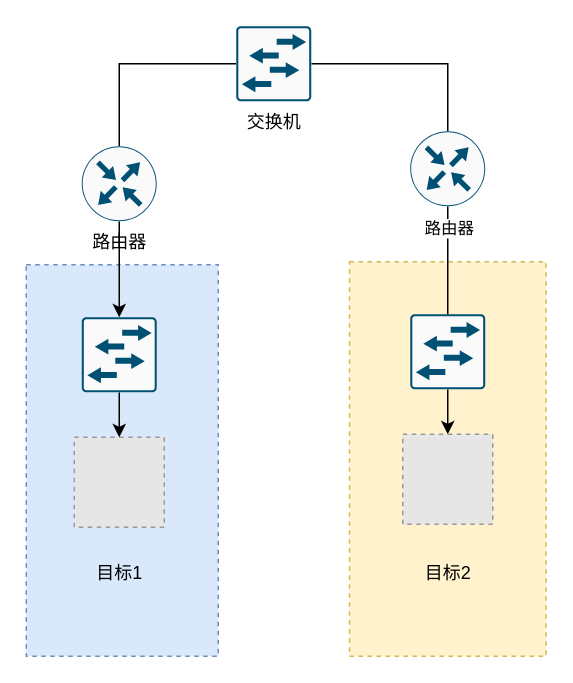
Niujieheng/GitHub_Jul keeps this draw.io diagram as 测试图.drawio. Above is the earlier version. Source tidied: cells renumbered, new cells numbered last; positions are measured from the earlier drawing's top-left corner, leaving out a move shared by most shapes. Both pictures are drawn from the tidied source at 150%, with x=0, y=0 at pixel (26, 26). Pictures stored in the file or linked from it are replaced by grey dashed boxes.
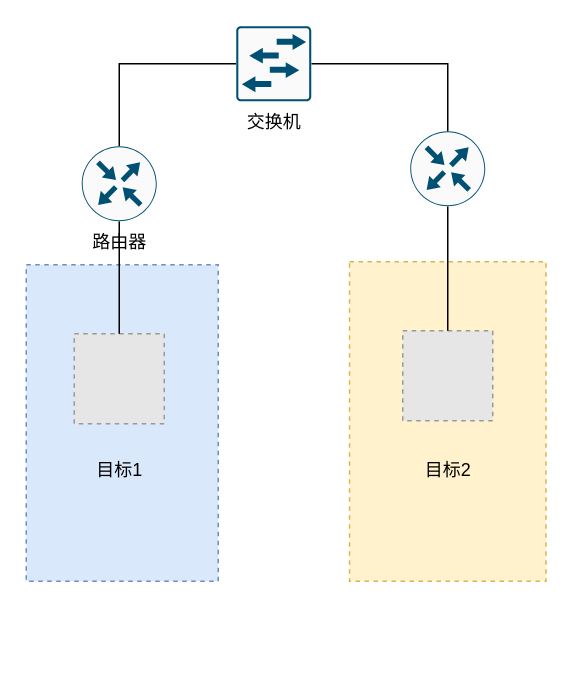
The same diagram, later.

Commit message (it also covers changes not shown here):
更新测试图.drawio

The change refers to these unchanged cells:
```xml
<mxCell id="11" value="路由器" style="points=[[0.5,0,0],[1,0.5,0],[0.5,1,0],[0,0.5,0],[0.145,0.145,0],[0.8555,0.145,0],[0.855,0.8555,0],[0.145,0.855,0]];verticalLabelPosition=bottom;html=1;verticalAlign=top;align=center;shape=mxgraph.cisco19.rect;prIcon=router;fillColor=#FAFAFA;strokeColor=#005073;" parent="1" vertex="1">
  <mxGeometry x="37" y="80" width="50" height="50" as="geometry" />
</mxCell>
<mxCell id="15" style="points=[[0.5,0,0],[1,0.5,0],[0.5,1,0],[0,0.5,0],[0.145,0.145,0],[0.8555,0.145,0],[0.855,0.8555,0],[0.145,0.855,0]];verticalLabelPosition=bottom;html=1;verticalAlign=top;align=center;shape=mxgraph.cisco19.rect;prIcon=router;fillColor=#FAFAFA;strokeColor=#005073;" parent="1" vertex="1">
  <mxGeometry x="256" y="70" width="50" height="50" as="geometry" />
</mxCell>
```

The edit, as a diff of the source:
```diff
@@
     <mxCell id="2" style="rounded=0;whiteSpace=wrap;html=1;dashed=1;fillColor=#fff2cc;strokeColor=#d6b656;" parent="1" vertex="1">
-      <mxGeometry x="215.5" y="157" width="131" height="263" as="geometry" />
+      <mxGeometry x="215.5" y="157" width="131" height="213" as="geometry" />
     </mxCell>
     <mxCell id="3" style="rounded=0;whiteSpace=wrap;html=1;dashed=1;fillColor=#dae8fc;strokeColor=#6c8ebf;" parent="1" vertex="1">
-      <mxGeometry y="159" width="128" height="261" as="geometry" />
+      <mxGeometry y="159" width="128" height="211" as="geometry" />
     </mxCell>
     <mxCell id="4" style="fillColor=#E6E6E6;strokeColor=#999999;dashed=1;html=1;verticalAlign=top;verticalLabelPosition=bottom;labelBackgroundColor=#ffffff;" parent="1" vertex="1">
-      <mxGeometry x="32" y="274" width="60" height="60" as="geometry" />
+      <mxGeometry x="32" y="205" width="60" height="60" as="geometry" />
     </mxCell>
-    <mxCell id="5" style="edgeStyle=orthogonalEdgeStyle;rounded=0;jettySize=auto;html=1;exitX=0.5;exitY=1;exitDx=0;exitDy=0;exitPerimeter=0;" parent="1" edge="1" source="6" target="4">
-      <mxGeometry relative="1" as="geometry" />
-    </mxCell>
-    <mxCell id="6" style="points=[[0.015,0.015,0],[0.985,0.015,0],[0.985,0.985,0],[0.015,0.985,0],[0.25,0,0],[0.5,0,0],[0.75,0,0],[1,0.25,0],[1,0.5,0],[1,0.75,0],[0.75,1,0],[0.5,1,0],[0.25,1,0],[0,0.75,0],[0,0.5,0],[0,0.25,0]];verticalLabelPosition=bottom;html=1;verticalAlign=top;align=center;shape=mxgraph.cisco19.rect;prIcon=l2_switch;fillColor=#FAFAFA;strokeColor=#005073;" parent="1" vertex="1">
-      <mxGeometry x="37" y="194" width="50" height="50" as="geometry" />
-    </mxCell>
-    <mxCell id="7" style="edgeStyle=orthogonalEdgeStyle;rounded=0;jettySize=auto;html=1;exitX=0.5;exitY=1;exitDx=0;exitDy=0;exitPerimeter=0;" parent="1" edge="1" source="8" target="12">
-      <mxGeometry relative="1" as="geometry" />
-    </mxCell>
-    <mxCell id="8" style="points=[[0.015,0.015,0],[0.985,0.015,0],[0.985,0.985,0],[0.015,0.985,0],[0.25,0,0],[0.5,0,0],[0.75,0,0],[1,0.25,0],[1,0.5,0],[1,0.75,0],[0.75,1,0],[0.5,1,0],[0.25,1,0],[0,0.75,0],[0,0.5,0],[0,0.25,0]];verticalLabelPosition=bottom;html=1;verticalAlign=top;align=center;shape=mxgraph.cisco19.rect;prIcon=l2_switch;fillColor=#FAFAFA;strokeColor=#005073;" parent="1" vertex="1">
-      <mxGeometry x="256" y="192" width="50" height="50" as="geometry" />
-    </mxCell>
@@
-    <mxCell id="10" style="edgeStyle=orthogonalEdgeStyle;rounded=0;jettySize=auto;html=1;exitX=0.5;exitY=1;exitDx=0;exitDy=0;exitPerimeter=0;entryX=0.5;entryY=0;entryDx=0;entryDy=0;entryPerimeter=0;" parent="1" edge="1" source="11" target="6">
-      <mxGeometry relative="1" as="geometry" />
-    </mxCell>
+    <mxCell id="21" style="edgeStyle=orthogonalEdgeStyle;rounded=0;jettySize=auto;html=1;exitX=0.5;exitY=1;exitDx=0;exitDy=0;exitPerimeter=0;endArrow=none;endFill=0;" parent="1" edge="1" source="11" target="4">
+      <mxGeometry relative="1" as="geometry" />
+    </mxCell>
@@
     <mxCell id="12" style="fillColor=#E6E6E6;strokeColor=#999999;dashed=1;html=1;verticalAlign=top;verticalLabelPosition=bottom;labelBackgroundColor=#ffffff;" parent="1" vertex="1">
-      <mxGeometry x="251" y="272" width="60" height="60" as="geometry" />
+      <mxGeometry x="251" y="203" width="60" height="60" as="geometry" />
     </mxCell>
-    <mxCell id="13" style="edgeStyle=orthogonalEdgeStyle;rounded=0;jettySize=auto;html=1;exitX=0.5;exitY=1;exitDx=0;exitDy=0;exitPerimeter=0;entryX=0.5;entryY=0;entryDx=0;entryDy=0;entryPerimeter=0;endArrow=none;endFill=0;" parent="1" edge="1" source="15" target="8">
-      <mxGeometry relative="1" as="geometry" />
-    </mxCell>
-    <mxCell id="14" value="路由器" style="edgeLabel;html=1;align=center;verticalAlign=middle;" parent="13" vertex="1">
-      <mxGeometry x="-0.67" y="-1" relative="1" as="geometry">
-        <mxPoint x="1" y="2" as="offset" />
-      </mxGeometry>
-    </mxCell>
+    <mxCell id="22" style="edgeStyle=orthogonalEdgeStyle;rounded=0;jettySize=auto;html=1;exitX=0.5;exitY=1;exitDx=0;exitDy=0;exitPerimeter=0;endArrow=none;endFill=0;" parent="1" edge="1" source="15" target="12">
+      <mxGeometry relative="1" as="geometry" />
+    </mxCell>
@@
     <mxCell id="19" value="目标1" style="text;html=1;align=center;verticalAlign=middle;fillColor=none;strokeColor=none;rounded=0;dashed=1;" parent="1" vertex="1">
-      <mxGeometry x="37" y="350" width="50" height="30" as="geometry" />
+      <mxGeometry x="37" y="281" width="50" height="30" as="geometry" />
     </mxCell>
     <mxCell id="20" value="目标2" style="text;html=1;align=center;verticalAlign=middle;fillColor=none;strokeColor=none;rounded=0;dashed=1;" parent="1" vertex="1">
-      <mxGeometry x="256" y="350" width="50" height="30" as="geometry" />
+      <mxGeometry x="256" y="281" width="50" height="30" as="geometry" />
     </mxCell>
```
